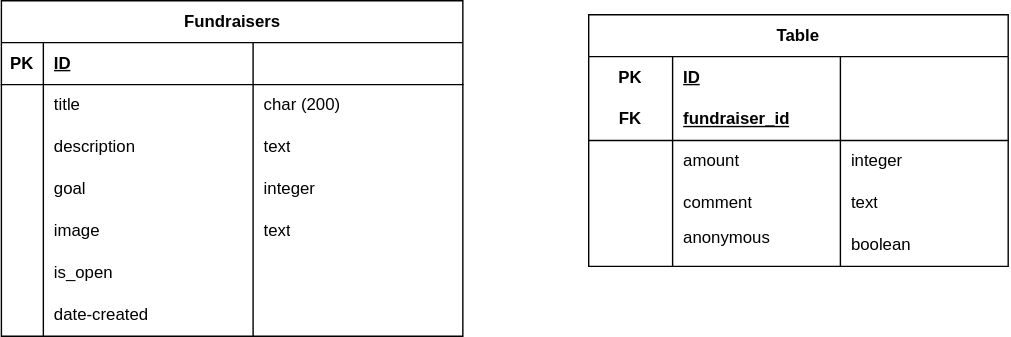
This is database.drawio.svg from TimTam5566/crowdfunding_backend, a draw.io export, as it was before one commit. Source tidied: cells renumbered, new cells last; positions are measured from the earlier drawing's top-left corner, leaving out a move shared by most shapes.
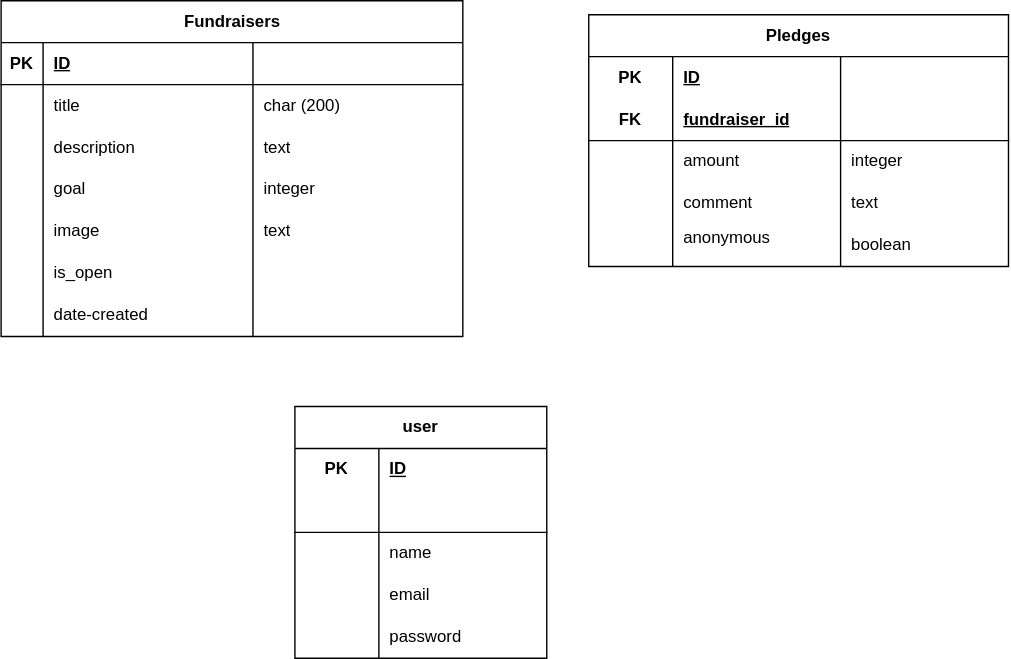
After the commit.

Diff of the diagram source:
```diff
@@ -89,7 +89,7 @@
     <mxCell id="30" style="shape=partialRectangle;fillColor=none;top=0;left=0;bottom=0;right=0;align=left;spacingLeft=6;overflow=hidden;whiteSpace=wrap;html=1;" parent="27" vertex="1">
       <mxGeometry x="180" width="150" height="30" as="geometry" />
     </mxCell>
-    <mxCell id="31" value="Table" style="shape=table;startSize=30;rowLines=0;fontStyle=1;align=center;html=1;whiteSpace=wrap;" parent="1" vertex="1">
+    <mxCell id="31" value="Pledges" style="shape=table;startSize=30;rowLines=0;fontStyle=1;align=center;html=1;whiteSpace=wrap;" parent="1" vertex="1">
       <mxGeometry x="420" y="10" width="300" height="180" as="geometry" />
     </mxCell>
     <mxCell id="32" style="shape=tableRow;horizontal=0;startSize=0;swimlaneHead=0;swimlaneBody=0;fillColor=none;top=0;left=0;right=0;bottom=0;html=1;" parent="31" vertex="1">
@@ -152,5 +152,53 @@
     <mxCell id="51" value="boolean" style="shape=partialRectangle;fillColor=none;top=0;left=0;bottom=0;right=0;align=left;spacingLeft=6;overflow=hidden;html=1;whiteSpace=wrap;" parent="48" vertex="1">
       <mxGeometry x="180" width="120" height="30" as="geometry" />
     </mxCell>
+    <mxCell id="52" value="user" style="shape=table;startSize=30;rowLines=0;fontStyle=1;align=center;html=1;whiteSpace=wrap;" parent="1" vertex="1">
+      <mxGeometry x="210" y="290" width="180" height="180" as="geometry" />
+    </mxCell>
+    <mxCell id="53" style="shape=tableRow;horizontal=0;startSize=0;swimlaneHead=0;swimlaneBody=0;fillColor=none;top=0;left=0;right=0;bottom=0;html=1;" parent="52" vertex="1">
+      <mxGeometry y="30" width="180" height="30" as="geometry" />
+    </mxCell>
+    <mxCell id="54" value="PK" style="shape=partialRectangle;fillColor=none;top=0;left=0;bottom=0;right=0;fontStyle=1;overflow=hidden;html=1;whiteSpace=wrap;" parent="53" vertex="1">
+      <mxGeometry width="60" height="30" as="geometry" />
+    </mxCell>
+    <mxCell id="55" value="ID" style="shape=partialRectangle;fillColor=none;top=0;left=0;bottom=0;right=0;align=left;spacingLeft=6;fontStyle=5;overflow=hidden;html=1;whiteSpace=wrap;" parent="53" vertex="1">
+      <mxGeometry x="60" width="120" height="30" as="geometry" />
+    </mxCell>
+    <mxCell id="56" style="shape=tableRow;horizontal=0;startSize=0;swimlaneHead=0;swimlaneBody=0;fillColor=none;top=0;left=0;right=0;bottom=1;html=1;" parent="52" vertex="1">
+      <mxGeometry y="60" width="180" height="30" as="geometry" />
+    </mxCell>
+    <mxCell id="57" style="shape=partialRectangle;fillColor=none;top=0;left=0;bottom=0;right=0;fontStyle=1;overflow=hidden;html=1;whiteSpace=wrap;" parent="56" vertex="1">
+      <mxGeometry width="60" height="30" as="geometry" />
+    </mxCell>
+    <mxCell id="58" style="shape=partialRectangle;fillColor=none;top=0;left=0;bottom=0;right=0;align=left;spacingLeft=6;fontStyle=5;overflow=hidden;html=1;whiteSpace=wrap;" parent="56" vertex="1">
+      <mxGeometry x="60" width="120" height="30" as="geometry" />
+    </mxCell>
+    <mxCell id="59" style="shape=tableRow;horizontal=0;startSize=0;swimlaneHead=0;swimlaneBody=0;fillColor=none;top=0;left=0;right=0;bottom=0;html=1;" parent="52" vertex="1">
+      <mxGeometry y="90" width="180" height="30" as="geometry" />
+    </mxCell>
+    <mxCell id="60" style="shape=partialRectangle;fillColor=none;top=0;left=0;bottom=0;right=0;overflow=hidden;html=1;whiteSpace=wrap;" parent="59" vertex="1">
+      <mxGeometry width="60" height="30" as="geometry" />
+    </mxCell>
+    <mxCell id="61" value="name" style="shape=partialRectangle;fillColor=none;top=0;left=0;bottom=0;right=0;align=left;spacingLeft=6;overflow=hidden;html=1;whiteSpace=wrap;" parent="59" vertex="1">
+      <mxGeometry x="60" width="120" height="30" as="geometry" />
+    </mxCell>
+    <mxCell id="62" style="shape=tableRow;horizontal=0;startSize=0;swimlaneHead=0;swimlaneBody=0;fillColor=none;top=0;left=0;right=0;bottom=0;html=1;" parent="52" vertex="1">
+      <mxGeometry y="120" width="180" height="30" as="geometry" />
+    </mxCell>
+    <mxCell id="63" style="shape=partialRectangle;fillColor=none;top=0;left=0;bottom=0;right=0;overflow=hidden;html=1;whiteSpace=wrap;" parent="62" vertex="1">
+      <mxGeometry width="60" height="30" as="geometry" />
+    </mxCell>
+    <mxCell id="64" value="email" style="shape=partialRectangle;fillColor=none;top=0;left=0;bottom=0;right=0;align=left;spacingLeft=6;overflow=hidden;html=1;whiteSpace=wrap;" parent="62" vertex="1">
+      <mxGeometry x="60" width="120" height="30" as="geometry" />
+    </mxCell>
+    <mxCell id="65" style="shape=tableRow;horizontal=0;startSize=0;swimlaneHead=0;swimlaneBody=0;fillColor=none;top=0;left=0;right=0;bottom=0;html=1;" parent="52" vertex="1">
+      <mxGeometry y="150" width="180" height="30" as="geometry" />
+    </mxCell>
+    <mxCell id="66" style="shape=partialRectangle;fillColor=none;top=0;left=0;bottom=0;right=0;overflow=hidden;html=1;whiteSpace=wrap;" parent="65" vertex="1">
+      <mxGeometry width="60" height="30" as="geometry" />
+    </mxCell>
+    <mxCell id="67" value="password" style="shape=partialRectangle;fillColor=none;top=0;left=0;bottom=0;right=0;align=left;spacingLeft=6;overflow=hidden;html=1;whiteSpace=wrap;" parent="65" vertex="1">
+      <mxGeometry x="60" width="120" height="30" as="geometry" />
+    </mxCell>
   </root>
 </mxGraphModel>
```
